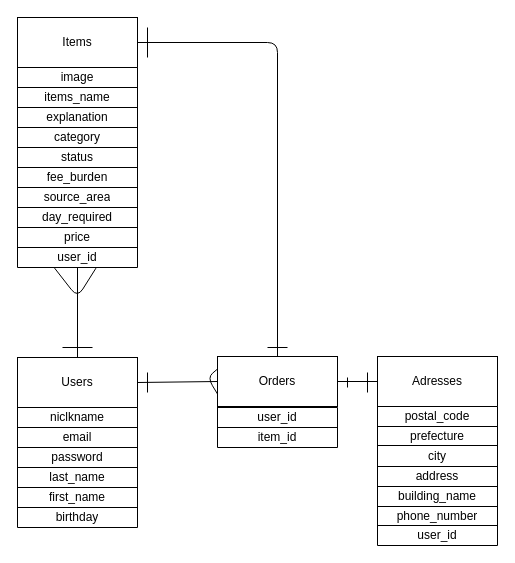
Before: ER.drawio in ttumasaki/furima-29128, a draw.io diagram. Source tidied: cells renumbered, new cells numbered last; positions are measured from the earlier drawing's top-left corner, leaving out a move shared by most shapes. Both pictures are drawn from the tidied source at 100%, with x=0, y=0 at pixel (17, 17).
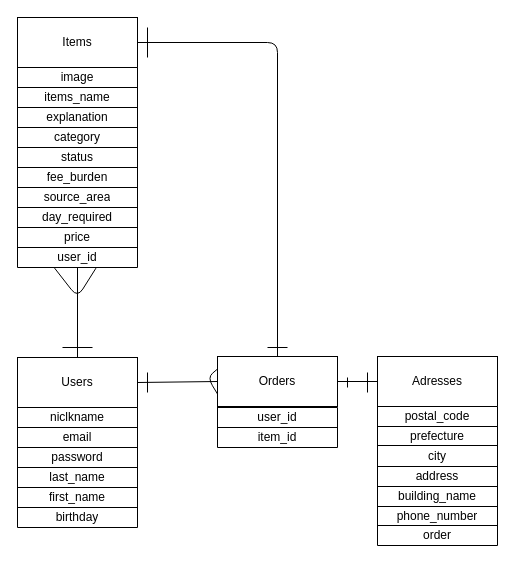
Above is the later version.

The change refers to these unchanged cells:
```xml
<mxCell id="71" style="shape=partialRectangle;html=1;whiteSpace=wrap;fillColor=none;top=0;left=0;bottom=0;right=0;" parent="58" vertex="1">
  <mxGeometry y="119" width="120" height="20" as="geometry" />
</mxCell>
```

The edit, as a diff of the source:
```diff
@@
-    <mxCell id="72" value="user_id" style="shape=partialRectangle;html=1;whiteSpace=wrap;overflow=hidden;fillColor=none;top=0;left=0;bottom=0;right=0;" parent="71" vertex="1">
+    <mxCell id="72" value="order" style="shape=partialRectangle;html=1;whiteSpace=wrap;overflow=hidden;fillColor=none;top=0;left=0;bottom=0;right=0;" parent="71" vertex="1">
       <mxGeometry width="120" height="20" as="geometry" />
     </mxCell>
```
